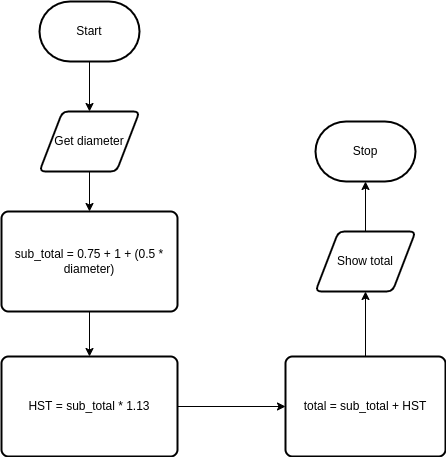
Earlier version of the draw.io export flowchart.png (michael-clermont1/ICS3U-Unit2-04-Python). Source tidied: cells renumbered, new cells last; positions are measured from the earlier drawing's top-left corner, leaving out a move shared by most shapes. The source it was exported from:
```xml
<mxGraphModel>
  <root>
    <mxCell id="0" />
    <mxCell id="1" parent="0" />
    <mxCell id="2" style="edgeStyle=orthogonalEdgeStyle;shape=connector;rounded=0;html=1;entryX=0.5;entryY=0;entryDx=0;entryDy=0;labelBackgroundColor=default;fontFamily=Helvetica;fontSize=11;fontColor=default;endArrow=classic;strokeColor=default;" parent="1" edge="1" source="3" target="7">
      <mxGeometry relative="1" as="geometry" />
    </mxCell>
    <mxCell id="3" value="Get diameter" style="shape=parallelogram;html=1;strokeWidth=2;perimeter=parallelogramPerimeter;whiteSpace=wrap;rounded=1;arcSize=12;size=0.23;" parent="1" vertex="1">
      <mxGeometry x="38" y="110" width="100" height="60" as="geometry" />
    </mxCell>
    <mxCell id="4" style="edgeStyle=orthogonalEdgeStyle;html=1;entryX=0.5;entryY=0;entryDx=0;entryDy=0;rounded=0;" parent="1" edge="1" source="5" target="3">
      <mxGeometry relative="1" as="geometry" />
    </mxCell>
    <mxCell id="5" value="Start" style="strokeWidth=2;html=1;shape=mxgraph.flowchart.terminator;whiteSpace=wrap;" parent="1" vertex="1">
      <mxGeometry x="38" width="100" height="60" as="geometry" />
    </mxCell>
    <mxCell id="6" style="edgeStyle=orthogonalEdgeStyle;shape=connector;rounded=0;html=1;exitX=0.5;exitY=1;exitDx=0;exitDy=0;entryX=0.5;entryY=0;entryDx=0;entryDy=0;labelBackgroundColor=default;fontFamily=Helvetica;fontSize=11;fontColor=default;endArrow=classic;strokeColor=default;" parent="1" edge="1" source="7" target="9">
      <mxGeometry relative="1" as="geometry" />
    </mxCell>
    <mxCell id="7" value="sub_total = 0.75 + 1 + (0.5 * diameter)" style="rounded=1;whiteSpace=wrap;html=1;absoluteArcSize=1;arcSize=14;strokeWidth=2;" parent="1" vertex="1">
      <mxGeometry y="210" width="176" height="100" as="geometry" />
    </mxCell>
    <mxCell id="8" style="edgeStyle=orthogonalEdgeStyle;shape=connector;rounded=0;html=1;exitX=1;exitY=0.5;exitDx=0;exitDy=0;entryX=0;entryY=0.5;entryDx=0;entryDy=0;labelBackgroundColor=default;fontFamily=Helvetica;fontSize=11;fontColor=default;endArrow=classic;strokeColor=default;" parent="1" edge="1" source="9" target="11">
      <mxGeometry relative="1" as="geometry" />
    </mxCell>
    <mxCell id="9" value="HST = sub_total * 1.13" style="rounded=1;whiteSpace=wrap;html=1;absoluteArcSize=1;arcSize=14;strokeWidth=2;" parent="1" vertex="1">
      <mxGeometry y="355" width="176" height="100" as="geometry" />
    </mxCell>
    <mxCell id="10" style="edgeStyle=orthogonalEdgeStyle;shape=connector;rounded=0;html=1;exitX=0.5;exitY=0;exitDx=0;exitDy=0;entryX=0.5;entryY=1;entryDx=0;entryDy=0;labelBackgroundColor=default;fontFamily=Helvetica;fontSize=11;fontColor=default;endArrow=classic;strokeColor=default;" parent="1" edge="1" source="11" target="13">
      <mxGeometry relative="1" as="geometry" />
    </mxCell>
    <mxCell id="11" value="total = sub_total + HST" style="rounded=1;whiteSpace=wrap;html=1;absoluteArcSize=1;arcSize=14;strokeWidth=2;" parent="1" vertex="1">
      <mxGeometry x="284" y="355" width="160" height="100" as="geometry" />
    </mxCell>
    <mxCell id="12" style="edgeStyle=orthogonalEdgeStyle;shape=connector;rounded=0;html=1;exitX=0.5;exitY=0;exitDx=0;exitDy=0;entryX=0.5;entryY=1;entryDx=0;entryDy=0;entryPerimeter=0;labelBackgroundColor=default;fontFamily=Helvetica;fontSize=11;fontColor=default;endArrow=classic;strokeColor=default;" parent="1" edge="1" source="13" target="14">
      <mxGeometry relative="1" as="geometry" />
    </mxCell>
    <mxCell id="13" value="Show total" style="shape=parallelogram;html=1;strokeWidth=2;perimeter=parallelogramPerimeter;whiteSpace=wrap;rounded=1;arcSize=12;size=0.23;" parent="1" vertex="1">
      <mxGeometry x="314" y="230" width="100" height="60" as="geometry" />
    </mxCell>
    <mxCell id="14" value="Stop" style="strokeWidth=2;html=1;shape=mxgraph.flowchart.terminator;whiteSpace=wrap;" parent="1" vertex="1">
      <mxGeometry x="314" y="120" width="100" height="60" as="geometry" />
    </mxCell>
  </root>
</mxGraphModel>
```
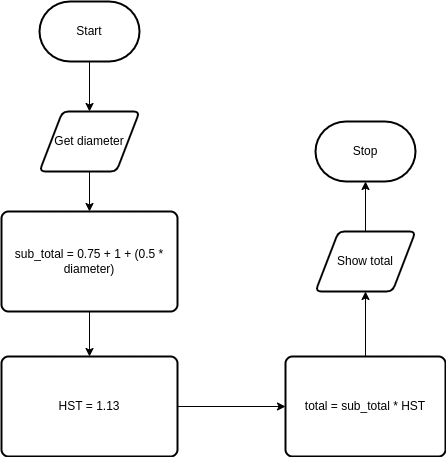
After the commit.

Commit message:
edited design and flowchart

Diff of the diagram source:
```diff
@@ -23,13 +23,13 @@
     <mxCell id="8" style="edgeStyle=orthogonalEdgeStyle;shape=connector;rounded=0;html=1;exitX=1;exitY=0.5;exitDx=0;exitDy=0;entryX=0;entryY=0.5;entryDx=0;entryDy=0;labelBackgroundColor=default;fontFamily=Helvetica;fontSize=11;fontColor=default;endArrow=classic;strokeColor=default;" parent="1" edge="1" source="9" target="11">
       <mxGeometry relative="1" as="geometry" />
     </mxCell>
-    <mxCell id="9" value="HST = sub_total * 1.13" style="rounded=1;whiteSpace=wrap;html=1;absoluteArcSize=1;arcSize=14;strokeWidth=2;" parent="1" vertex="1">
+    <mxCell id="9" value="HST = 1.13" style="rounded=1;whiteSpace=wrap;html=1;absoluteArcSize=1;arcSize=14;strokeWidth=2;" parent="1" vertex="1">
       <mxGeometry y="355" width="176" height="100" as="geometry" />
     </mxCell>
     <mxCell id="10" style="edgeStyle=orthogonalEdgeStyle;shape=connector;rounded=0;html=1;exitX=0.5;exitY=0;exitDx=0;exitDy=0;entryX=0.5;entryY=1;entryDx=0;entryDy=0;labelBackgroundColor=default;fontFamily=Helvetica;fontSize=11;fontColor=default;endArrow=classic;strokeColor=default;" parent="1" edge="1" source="11" target="13">
       <mxGeometry relative="1" as="geometry" />
     </mxCell>
-    <mxCell id="11" value="total = sub_total + HST" style="rounded=1;whiteSpace=wrap;html=1;absoluteArcSize=1;arcSize=14;strokeWidth=2;" parent="1" vertex="1">
+    <mxCell id="11" value="total = sub_total * HST" style="rounded=1;whiteSpace=wrap;html=1;absoluteArcSize=1;arcSize=14;strokeWidth=2;" parent="1" vertex="1">
       <mxGeometry x="284" y="355" width="160" height="100" as="geometry" />
     </mxCell>
     <mxCell id="12" style="edgeStyle=orthogonalEdgeStyle;shape=connector;rounded=0;html=1;exitX=0.5;exitY=0;exitDx=0;exitDy=0;entryX=0.5;entryY=1;entryDx=0;entryDy=0;entryPerimeter=0;labelBackgroundColor=default;fontFamily=Helvetica;fontSize=11;fontColor=default;endArrow=classic;strokeColor=default;" parent="1" edge="1" source="13" target="14">
```
